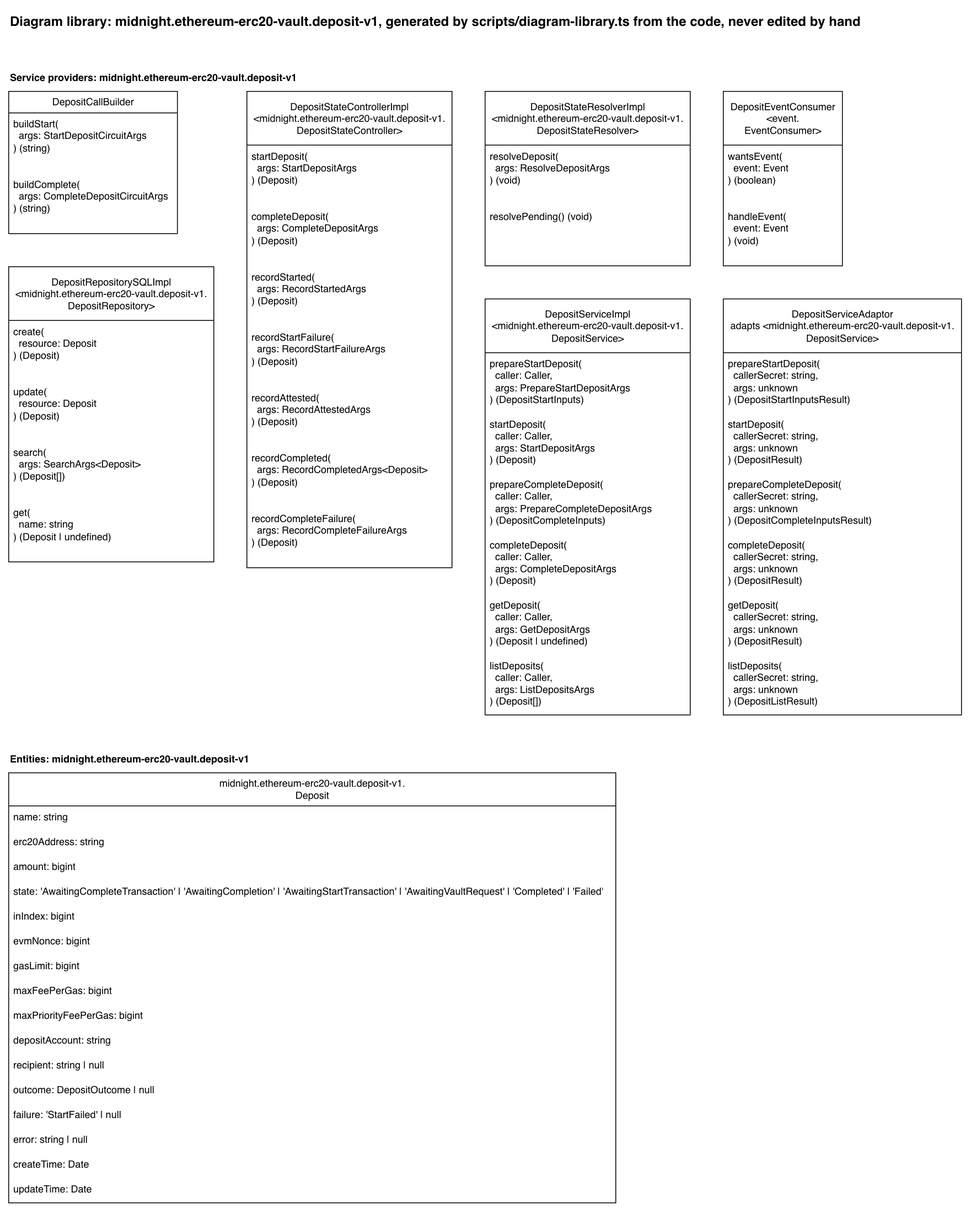
Before: docs/diagram-library/midnight/ethereum-erc20-vault/deposit-v1/diagram-library.drawio.png, a diagram exported from draw.io (sig-net/full-stack-demo). Source tidied: cells renumbered, new cells last; positions are measured from the earlier drawing's top-left corner, leaving out a move shared by most shapes.
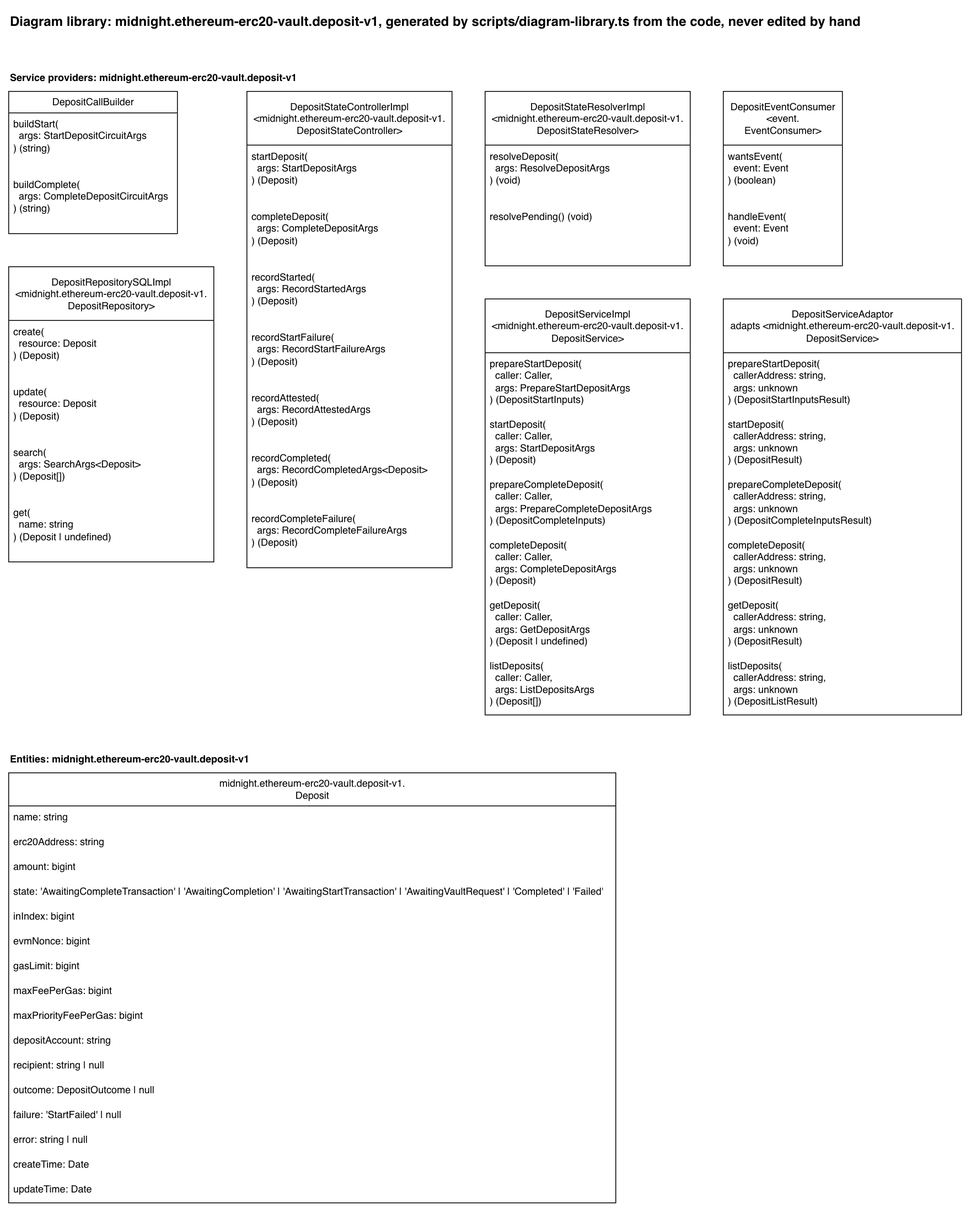
After the change.

Diff of the diagram source:
```diff
@@ -98,22 +98,22 @@
     <mxCell id="33" value="DepositServiceAdaptor&lt;br&gt;adapts &amp;lt;midnight.ethereum-erc20-vault.deposit-v1.&lt;br&gt;DepositService&amp;gt;" style="swimlane;fontStyle=0;horizontal=1;startSize=65;fillColor=default;html=1;fillStyle=solid;" parent="1" vertex="1">
       <mxGeometry x="864" y="351" width="288" height="503" as="geometry" />
     </mxCell>
-    <mxCell id="34" value="prepareStartDeposit(&lt;br&gt;&amp;nbsp; callerSecret: string,&lt;br&gt;&amp;nbsp; args: unknown&lt;br&gt;) (DepositStartInputsResult)" style="text;strokeColor=none;fillColor=none;align=left;verticalAlign=top;spacingLeft=4;spacingRight=4;overflow=hidden;whiteSpace=wrap;html=1;" parent="33" vertex="1">
+    <mxCell id="34" value="prepareStartDeposit(&lt;br&gt;&amp;nbsp; callerAddress: string,&lt;br&gt;&amp;nbsp; args: unknown&lt;br&gt;) (DepositStartInputsResult)" style="text;strokeColor=none;fillColor=none;align=left;verticalAlign=top;spacingLeft=4;spacingRight=4;overflow=hidden;whiteSpace=wrap;html=1;" parent="33" vertex="1">
       <mxGeometry y="65" width="288" height="73" as="geometry" />
     </mxCell>
-    <mxCell id="35" value="startDeposit(&lt;br&gt;&amp;nbsp; callerSecret: string,&lt;br&gt;&amp;nbsp; args: unknown&lt;br&gt;) (DepositResult)" style="text;strokeColor=none;fillColor=none;align=left;verticalAlign=top;spacingLeft=4;spacingRight=4;overflow=hidden;whiteSpace=wrap;html=1;" parent="33" vertex="1">
+    <mxCell id="35" value="startDeposit(&lt;br&gt;&amp;nbsp; callerAddress: string,&lt;br&gt;&amp;nbsp; args: unknown&lt;br&gt;) (DepositResult)" style="text;strokeColor=none;fillColor=none;align=left;verticalAlign=top;spacingLeft=4;spacingRight=4;overflow=hidden;whiteSpace=wrap;html=1;" parent="33" vertex="1">
       <mxGeometry y="138" width="288" height="73" as="geometry" />
     </mxCell>
-    <mxCell id="36" value="prepareCompleteDeposit(&lt;br&gt;&amp;nbsp; callerSecret: string,&lt;br&gt;&amp;nbsp; args: unknown&lt;br&gt;) (DepositCompleteInputsResult)" style="text;strokeColor=none;fillColor=none;align=left;verticalAlign=top;spacingLeft=4;spacingRight=4;overflow=hidden;whiteSpace=wrap;html=1;" parent="33" vertex="1">
+    <mxCell id="36" value="prepareCompleteDeposit(&lt;br&gt;&amp;nbsp; callerAddress: string,&lt;br&gt;&amp;nbsp; args: unknown&lt;br&gt;) (DepositCompleteInputsResult)" style="text;strokeColor=none;fillColor=none;align=left;verticalAlign=top;spacingLeft=4;spacingRight=4;overflow=hidden;whiteSpace=wrap;html=1;" parent="33" vertex="1">
       <mxGeometry y="211" width="288" height="73" as="geometry" />
     </mxCell>
-    <mxCell id="37" value="completeDeposit(&lt;br&gt;&amp;nbsp; callerSecret: string,&lt;br&gt;&amp;nbsp; args: unknown&lt;br&gt;) (DepositResult)" style="text;strokeColor=none;fillColor=none;align=left;verticalAlign=top;spacingLeft=4;spacingRight=4;overflow=hidden;whiteSpace=wrap;html=1;" parent="33" vertex="1">
+    <mxCell id="37" value="completeDeposit(&lt;br&gt;&amp;nbsp; callerAddress: string,&lt;br&gt;&amp;nbsp; args: unknown&lt;br&gt;) (DepositResult)" style="text;strokeColor=none;fillColor=none;align=left;verticalAlign=top;spacingLeft=4;spacingRight=4;overflow=hidden;whiteSpace=wrap;html=1;" parent="33" vertex="1">
       <mxGeometry y="284" width="288" height="73" as="geometry" />
     </mxCell>
-    <mxCell id="38" value="getDeposit(&lt;br&gt;&amp;nbsp; callerSecret: string,&lt;br&gt;&amp;nbsp; args: unknown&lt;br&gt;) (DepositResult)" style="text;strokeColor=none;fillColor=none;align=left;verticalAlign=top;spacingLeft=4;spacingRight=4;overflow=hidden;whiteSpace=wrap;html=1;" parent="33" vertex="1">
+    <mxCell id="38" value="getDeposit(&lt;br&gt;&amp;nbsp; callerAddress: string,&lt;br&gt;&amp;nbsp; args: unknown&lt;br&gt;) (DepositResult)" style="text;strokeColor=none;fillColor=none;align=left;verticalAlign=top;spacingLeft=4;spacingRight=4;overflow=hidden;whiteSpace=wrap;html=1;" parent="33" vertex="1">
       <mxGeometry y="357" width="288" height="73" as="geometry" />
     </mxCell>
-    <mxCell id="39" value="listDeposits(&lt;br&gt;&amp;nbsp; callerSecret: string,&lt;br&gt;&amp;nbsp; args: unknown&lt;br&gt;) (DepositListResult)" style="text;strokeColor=none;fillColor=none;align=left;verticalAlign=top;spacingLeft=4;spacingRight=4;overflow=hidden;whiteSpace=wrap;html=1;" parent="33" vertex="1">
+    <mxCell id="39" value="listDeposits(&lt;br&gt;&amp;nbsp; callerAddress: string,&lt;br&gt;&amp;nbsp; args: unknown&lt;br&gt;) (DepositListResult)" style="text;strokeColor=none;fillColor=none;align=left;verticalAlign=top;spacingLeft=4;spacingRight=4;overflow=hidden;whiteSpace=wrap;html=1;" parent="33" vertex="1">
       <mxGeometry y="430" width="288" height="73" as="geometry" />
     </mxCell>
     <mxCell id="40" value="Entities: midnight.ethereum-erc20-vault.deposit-v1" style="text;html=1;fontStyle=1;" parent="1" vertex="1">
```
